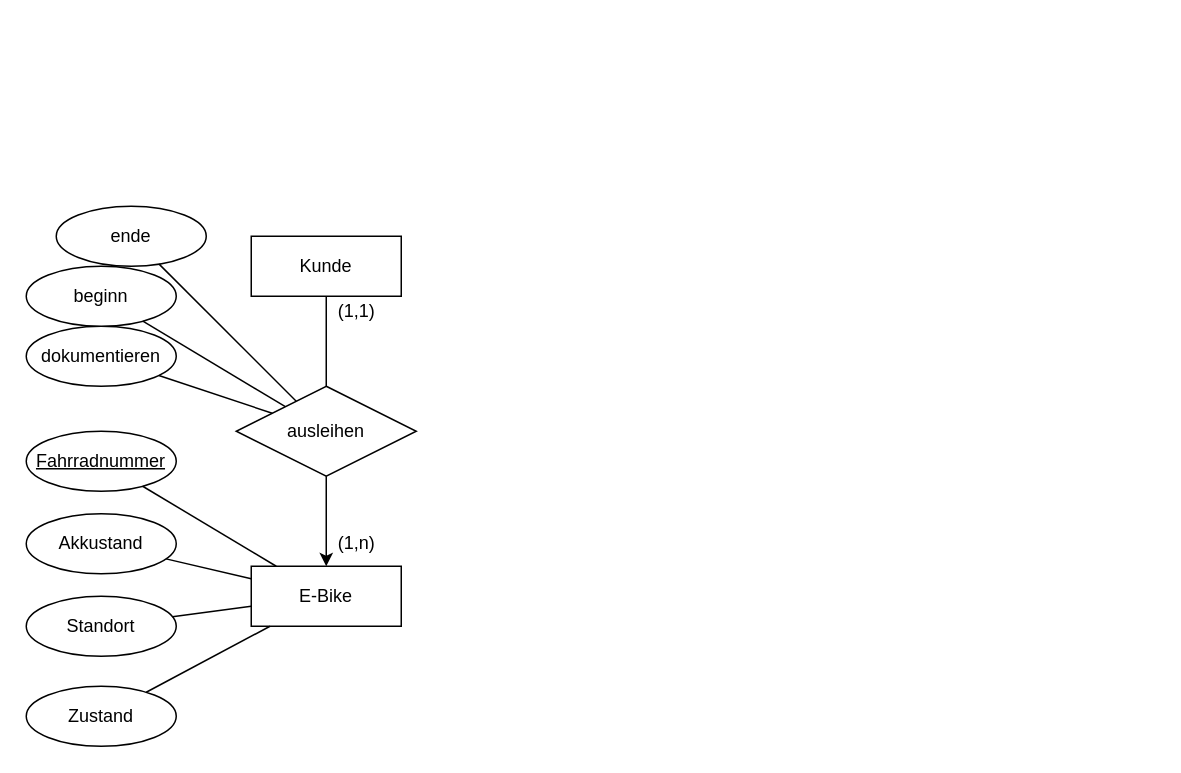
Earlier version of the draw.io diagram ebike.drawio (zKortex/BSLIF_SCHULE). Source tidied: cells renumbered, new cells numbered last; positions are measured from the earlier drawing's top-left corner, leaving out a move shared by most shapes. Both pictures are drawn from the tidied source at 150%, with x=0, y=0 at pixel (26, 206).
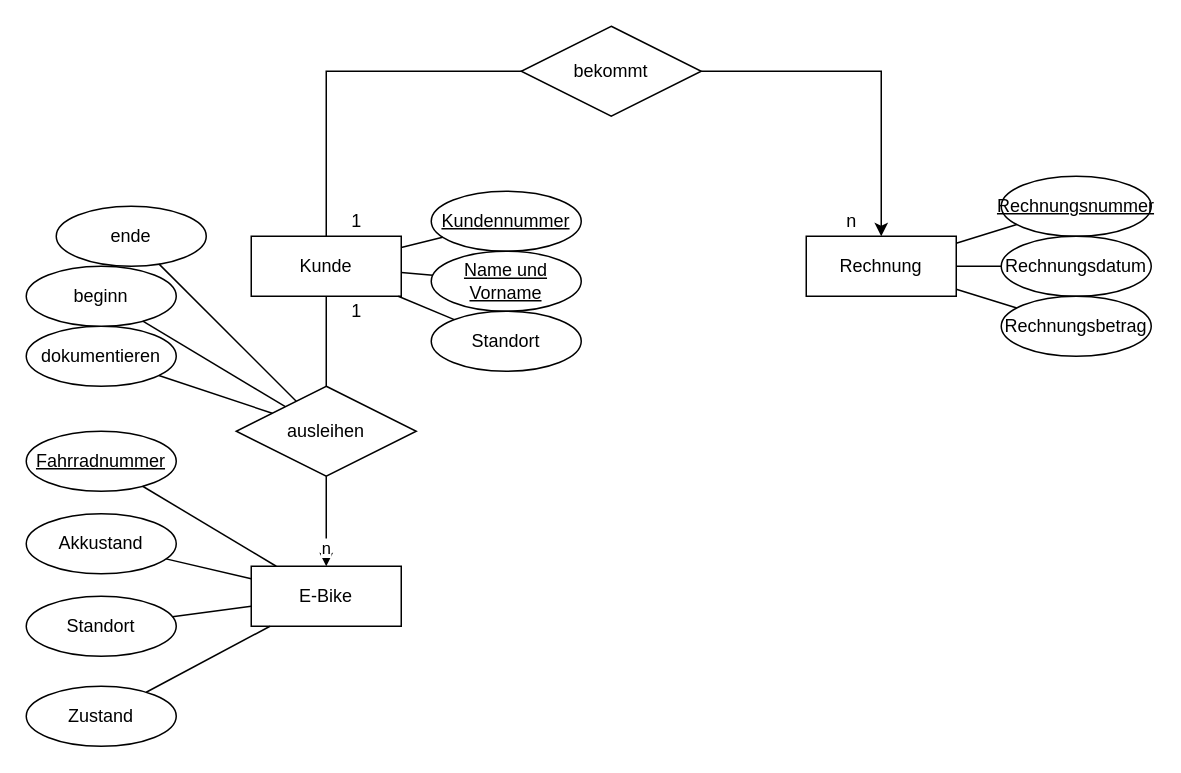
The same page after the edit.

Unchanged cells that the change refers to:
```xml
<mxCell id="11" value="Kunde" style="whiteSpace=wrap;html=1;align=center;" parent="1" vertex="1">
  <mxGeometry x="150" y="20" width="100" height="40" as="geometry" />
</mxCell>
<mxCell id="14" style="endArrow=classic;html=1;rounded=0;entryX=0.5;entryY=0;entryDx=0;entryDy=0;" parent="1" edge="1" source="12" target="2">
  <mxGeometry relative="1" as="geometry" />
</mxCell>
```

Diff of the diagram source:
```diff
@@
+    <mxCell id="23" value="n" style="edgeLabel;html=1;align=center;verticalAlign=middle;" parent="14" vertex="1">
+      <mxGeometry x="0.57" y="-1" relative="1" as="geometry" />
+    </mxCell>
@@
-    <mxCell id="17" value="(1,n)" style="text;html=1;align=center;verticalAlign=middle;strokeColor=none;fillColor=none;" parent="1" vertex="1">
-      <mxGeometry x="200" y="215" width="40" height="20" as="geometry" />
-    </mxCell>
-    <mxCell id="18" value="(1,1)" style="text;html=1;align=center;verticalAlign=middle;strokeColor=none;fillColor=none;" parent="1" vertex="1">
-      <mxGeometry x="200" y="60" width="40" height="20" as="geometry" />
+    <mxCell id="18" value="1" style="text;html=1;align=center;verticalAlign=middle;strokeColor=none;fillColor=none;" parent="1" vertex="1">
+      <mxGeometry x="210" y="60" width="20" height="20" as="geometry" />
     </mxCell>
@@
+    <mxCell id="24" value="&lt;u&gt;Kundennummer&lt;/u&gt;" style="ellipse;whiteSpace=wrap;html=1;align=center;" parent="1" vertex="1">
+      <mxGeometry x="270" y="-10" width="100" height="40" as="geometry" />
+    </mxCell>
+    <mxCell id="25" value="&lt;u&gt;Name und Vorname&lt;/u&gt;" style="ellipse;whiteSpace=wrap;html=1;align=center;" parent="1" vertex="1">
+      <mxGeometry x="270" y="30" width="100" height="40" as="geometry" />
+    </mxCell>
+    <mxCell id="26" value="Standort" style="ellipse;whiteSpace=wrap;html=1;align=center;" parent="1" vertex="1">
+      <mxGeometry x="270" y="70" width="100" height="40" as="geometry" />
+    </mxCell>
+    <mxCell id="27" style="endArrow=none;html=1;rounded=0;" parent="1" edge="1" source="11" target="24">
+      <mxGeometry relative="1" as="geometry" />
+    </mxCell>
+    <mxCell id="28" style="endArrow=none;html=1;rounded=0;" parent="1" edge="1" source="11" target="25">
+      <mxGeometry relative="1" as="geometry" />
+    </mxCell>
+    <mxCell id="29" style="endArrow=none;html=1;rounded=0;" parent="1" edge="1" source="11" target="26">
+      <mxGeometry relative="1" as="geometry" />
+    </mxCell>
+    <mxCell id="30" style="endArrow=none;html=1;rounded=0;" parent="1" edge="1" source="11" target="32">
+      <mxGeometry relative="1" as="geometry">
+        <Array as="points">
+          <mxPoint x="200" y="-90" />
+          <mxPoint x="350" y="-90" />
+        </Array>
+      </mxGeometry>
+    </mxCell>
+    <mxCell id="31" value="Rechnung" style="whiteSpace=wrap;html=1;align=center;" parent="1" vertex="1">
+      <mxGeometry x="520" y="20" width="100" height="40" as="geometry" />
+    </mxCell>
+    <mxCell id="32" value="bekommt" style="shape=rhombus;perimeter=rhombusPerimeter;whiteSpace=wrap;html=1;align=center;" parent="1" vertex="1">
+      <mxGeometry x="330" y="-120" width="120" height="60" as="geometry" />
+    </mxCell>
+    <mxCell id="33" value="&lt;u&gt;Rechnungsnummer&lt;/u&gt;" style="ellipse;whiteSpace=wrap;html=1;align=center;" parent="1" vertex="1">
+      <mxGeometry x="650" y="-20" width="100" height="40" as="geometry" />
+    </mxCell>
+    <mxCell id="34" value="Rechnungsdatum" style="ellipse;whiteSpace=wrap;html=1;align=center;" parent="1" vertex="1">
+      <mxGeometry x="650" y="20" width="100" height="40" as="geometry" />
+    </mxCell>
+    <mxCell id="35" value="Rechnungsbetrag" style="ellipse;whiteSpace=wrap;html=1;align=center;" parent="1" vertex="1">
+      <mxGeometry x="650" y="60" width="100" height="40" as="geometry" />
+    </mxCell>
+    <mxCell id="36" style="endArrow=none;html=1;rounded=0;" parent="1" edge="1" source="31" target="33">
+      <mxGeometry relative="1" as="geometry" />
+    </mxCell>
+    <mxCell id="37" style="endArrow=none;html=1;rounded=0;" parent="1" edge="1" source="31" target="35">
+      <mxGeometry relative="1" as="geometry" />
+    </mxCell>
+    <mxCell id="38" style="endArrow=none;html=1;rounded=0;" parent="1" edge="1" source="31" target="34">
+      <mxGeometry relative="1" as="geometry" />
+    </mxCell>
+    <mxCell id="39" style="endArrow=classic;html=1;rounded=0;" parent="1" edge="1" source="32" target="31">
+      <mxGeometry relative="1" as="geometry">
+        <Array as="points">
+          <mxPoint x="570" y="-90" />
+        </Array>
+      </mxGeometry>
+    </mxCell>
+    <mxCell id="40" value="1" style="text;html=1;align=center;verticalAlign=middle;strokeColor=none;fillColor=none;" parent="1" vertex="1">
+      <mxGeometry x="210" width="20" height="20" as="geometry" />
+    </mxCell>
+    <mxCell id="41" value="n" style="text;html=1;align=center;verticalAlign=middle;strokeColor=none;fillColor=none;" parent="1" vertex="1">
+      <mxGeometry x="540" width="20" height="20" as="geometry" />
+    </mxCell>
```
